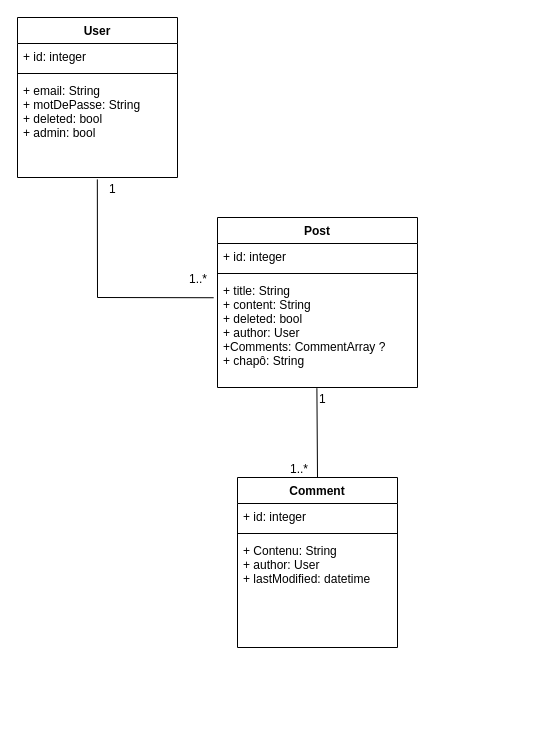
AlexisT37/p5myblog keeps this draw.io diagram as UML/class diagrams/class diagram.drawio. Above is the earlier version. Source tidied: cells renumbered, new cells numbered last; positions are measured from the earlier drawing's top-left corner, leaving out a move shared by most shapes. Both pictures are drawn from the tidied source at 100%, with x=0, y=0 at pixel (17, 17).
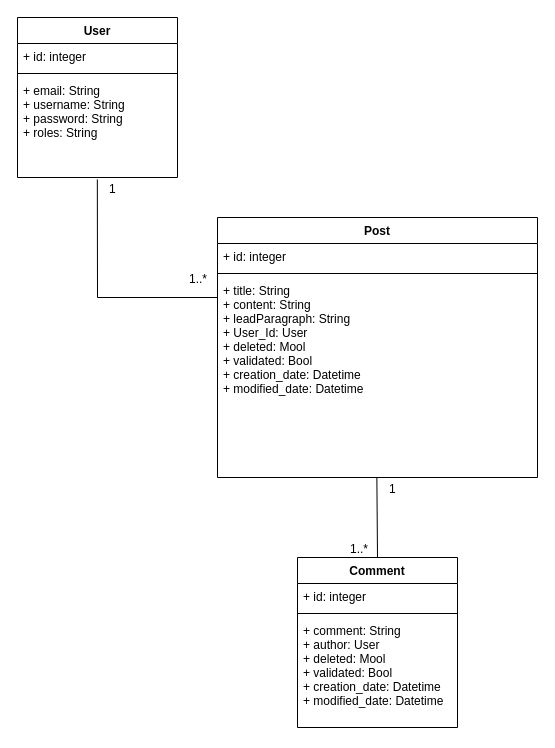
The same page after the edit.

Commit message (it also covers changes not shown here):
feat: edit class, create post

The change refers to these unchanged cells:
```xml
<mxCell id="2" value="User" style="swimlane;fontStyle=1;align=center;verticalAlign=top;horizontal=1;startSize=26;" parent="1" vertex="1">
  <mxGeometry width="160" height="160" as="geometry" />
</mxCell>
```

Diff of the diagram source:
```diff
@@
-    <mxCell id="5" value="+ email: String&#10;+ motDePasse: String&#10;+ deleted: bool&#10;+ admin: bool&#10;" style="text;strokeColor=none;fillColor=none;align=left;verticalAlign=top;spacingLeft=4;spacingRight=4;overflow=hidden;points=[[0,0.5],[1,0.5]];portConstraint=eastwest;" parent="2" vertex="1">
+    <mxCell id="5" value="+ email: String&#10;+ username: String&#10;+ password: String&#10;+ roles: String&#10;" style="text;strokeColor=none;fillColor=none;align=left;verticalAlign=top;spacingLeft=4;spacingRight=4;overflow=hidden;points=[[0,0.5],[1,0.5]];portConstraint=eastwest;" parent="2" vertex="1">
       <mxGeometry y="60" width="160" height="100" as="geometry" />
     </mxCell>
     <mxCell id="6" value="Post" style="swimlane;fontStyle=1;align=center;verticalAlign=top;horizontal=1;startSize=26;" parent="1" vertex="1">
-      <mxGeometry x="200" y="200" width="200" height="170" as="geometry" />
+      <mxGeometry x="200" y="200" width="320" height="260" as="geometry" />
     </mxCell>
     <mxCell id="7" value="+ id: integer" style="text;strokeColor=none;fillColor=none;align=left;verticalAlign=top;spacingLeft=4;spacingRight=4;overflow=hidden;" parent="6" vertex="1">
-      <mxGeometry y="26" width="200" height="26" as="geometry" />
+      <mxGeometry y="26" width="320" height="26" as="geometry" />
     </mxCell>
     <mxCell id="8" style="line;strokeWidth=1;fillColor=none;align=left;verticalAlign=middle;spacingTop=-1;spacingLeft=3;spacingRight=3;labelPosition=right;" parent="6" vertex="1">
-      <mxGeometry y="52" width="200" height="8" as="geometry" />
+      <mxGeometry y="52" width="320" height="8" as="geometry" />
     </mxCell>
-    <mxCell id="9" value="+ title: String&#10;+ content: String&#10;+ deleted: bool&#10;+ author: User&#10;+Comments: CommentArray ?&#10;+ chapô: String&#10;&#10;" style="text;strokeColor=none;fillColor=none;align=left;verticalAlign=top;spacingLeft=4;spacingRight=4;overflow=hidden;points=[[0,0.5],[1,0.5]];portConstraint=eastwest;" parent="6" vertex="1">
-      <mxGeometry y="60" width="200" height="110" as="geometry" />
+    <mxCell id="9" value="+ title: String&#10;+ content: String&#10;+ leadParagraph: String&#10;+ User_Id: User&#10;+ deleted: Mool&#10;+ validated: Bool&#10;+ creation_date: Datetime&#10;+ modified_date: Datetime&#10;&#10;&#10;" style="text;strokeColor=none;fillColor=none;align=left;verticalAlign=top;spacingLeft=4;spacingRight=4;overflow=hidden;points=[[0,0.5],[1,0.5]];portConstraint=eastwest;" parent="6" vertex="1">
+      <mxGeometry y="60" width="320" height="200" as="geometry" />
     </mxCell>
-    <mxCell id="10" style="endArrow=none;html=1;rounded=0;exitX=0.499;exitY=1.019;exitDx=0;exitDy=0;exitPerimeter=0;entryX=-0.019;entryY=0.184;entryDx=0;entryDy=0;entryPerimeter=0;" parent="1" edge="1" source="5" target="9">
+    <mxCell id="10" style="endArrow=none;html=1;rounded=0;exitX=0.499;exitY=1.019;exitDx=0;exitDy=0;exitPerimeter=0;entryX=0;entryY=0.1;entryDx=0;entryDy=0;entryPerimeter=0;" parent="1" edge="1" source="5" target="9">
       <mxGeometry relative="1" as="geometry">
         <Array as="points">
           <mxPoint x="80" y="280" />
         </Array>
       </mxGeometry>
     </mxCell>
@@
     <mxCell id="13" value="Comment" style="swimlane;fontStyle=1;align=center;verticalAlign=top;horizontal=1;startSize=26;" parent="1" vertex="1">
-      <mxGeometry x="220" y="460" width="160" height="170" as="geometry" />
+      <mxGeometry x="280" y="540" width="160" height="170" as="geometry" />
     </mxCell>
@@
-    <mxCell id="16" value="+ Contenu: String&#10;+ author: User&#10;+ lastModified: datetime&#10;" style="text;strokeColor=none;fillColor=none;align=left;verticalAlign=top;spacingLeft=4;spacingRight=4;overflow=hidden;" parent="13" vertex="1">
+    <mxCell id="16" value="+ comment: String&#10;+ author: User&#10;+ deleted: Mool&#10;+ validated: Bool&#10;+ creation_date: Datetime&#10;+ modified_date: Datetime&#10;&#10;&#10;&#10;&#10;" style="text;strokeColor=none;fillColor=none;align=left;verticalAlign=top;spacingLeft=4;spacingRight=4;overflow=hidden;" parent="13" vertex="1">
       <mxGeometry y="60" width="160" height="110" as="geometry" />
     </mxCell>
-    <mxCell id="17" style="endArrow=none;html=1;rounded=0;exitX=0.5;exitY=0;exitDx=0;exitDy=0;entryX=0.497;entryY=1.006;entryDx=0;entryDy=0;entryPerimeter=0;" parent="1" edge="1" source="13" target="9">
+    <mxCell id="17" style="endArrow=none;html=1;rounded=0;exitX=0.5;exitY=0;exitDx=0;exitDy=0;entryX=0.498;entryY=1;entryDx=0;entryDy=0;entryPerimeter=0;" parent="1" edge="1" source="13" target="9">
       <mxGeometry relative="1" as="geometry" />
     </mxCell>
     <mxCell id="18" value="1" style="html=1;align=left;verticalAlign=bottom;" parent="17" vertex="1">
       <mxGeometry x="-1" relative="1" as="geometry">
-        <mxPoint y="-70" as="offset" />
+        <mxPoint x="10" y="-60" as="offset" />
       </mxGeometry>
     </mxCell>
     <mxCell id="19" value="1..*" style="html=1;align=right;verticalAlign=bottom;" parent="17" vertex="1">
       <mxGeometry x="1" relative="1" as="geometry">
-        <mxPoint x="-8" y="89" as="offset" />
+        <mxPoint x="-8" y="80" as="offset" />
       </mxGeometry>
     </mxCell>
```
